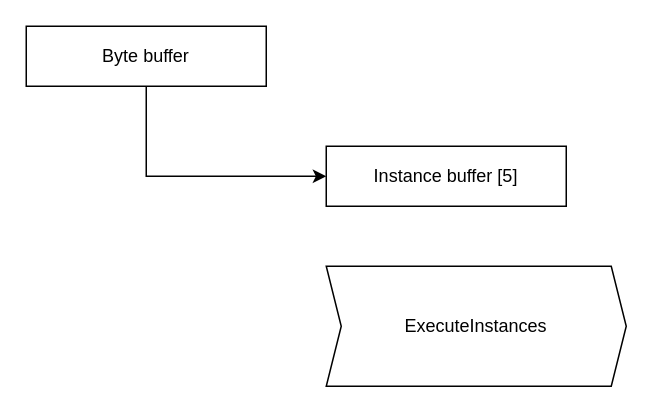
Above: page "SPILink" (10 of 10) of BassZero_Diagrams2.drawio in gorangrubic/imbAVR.ArduinoSynth (draw.io), before the change. Source tidied: cells renumbered, new cells numbered last; positions are measured from the earlier drawing's top-left corner, leaving out a move shared by most shapes. Both pictures are drawn from the tidied source at 150%, with x=0, y=0 at pixel (26, 26).
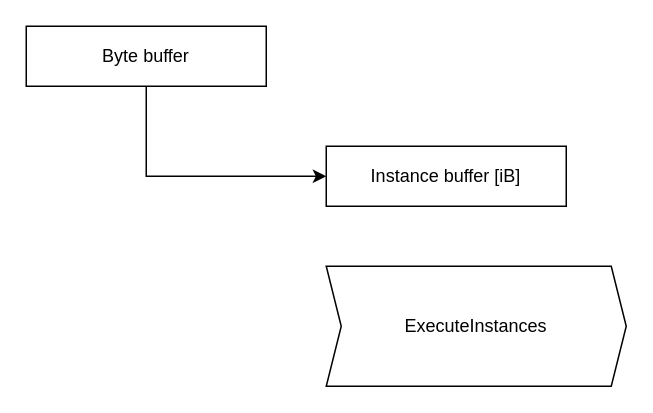
The same diagram, later.

Diff of the diagram source:
```diff
@@
 <mxGraphModel>
   <root>
     <mxCell id="0" />
     <mxCell id="1" parent="0" />
     <mxCell id="2" style="edgeStyle=orthogonalEdgeStyle;rounded=0;jettySize=auto;html=1;entryX=0;entryY=0.5;entryDx=0;entryDy=0;" parent="1" edge="1" source="3" target="4">
       <mxGeometry relative="1" as="geometry">
         <Array as="points">
           <mxPoint x="80" y="100" />
         </Array>
       </mxGeometry>
     </mxCell>
     <mxCell id="3" value="Byte buffer" style="rounded=0;whiteSpace=wrap;html=1;" parent="1" vertex="1">
       <mxGeometry width="160" height="40" as="geometry" />
     </mxCell>
-    <mxCell id="4" value="Instance buffer [5]" style="rounded=0;whiteSpace=wrap;html=1;" parent="1" vertex="1">
+    <mxCell id="4" value="Instance buffer [iB]" style="rounded=0;whiteSpace=wrap;html=1;" parent="1" vertex="1">
       <mxGeometry x="200" y="80" width="160" height="40" as="geometry" />
     </mxCell>
     <mxCell id="5" value="ExecuteInstances" style="shape=step;perimeter=stepPerimeter;whiteSpace=wrap;html=1;fixedSize=1;size=10;" parent="1" vertex="1">
       <mxGeometry x="200" y="160" width="200" height="80" as="geometry" />
     </mxCell>
   </root>
 </mxGraphModel>
```
